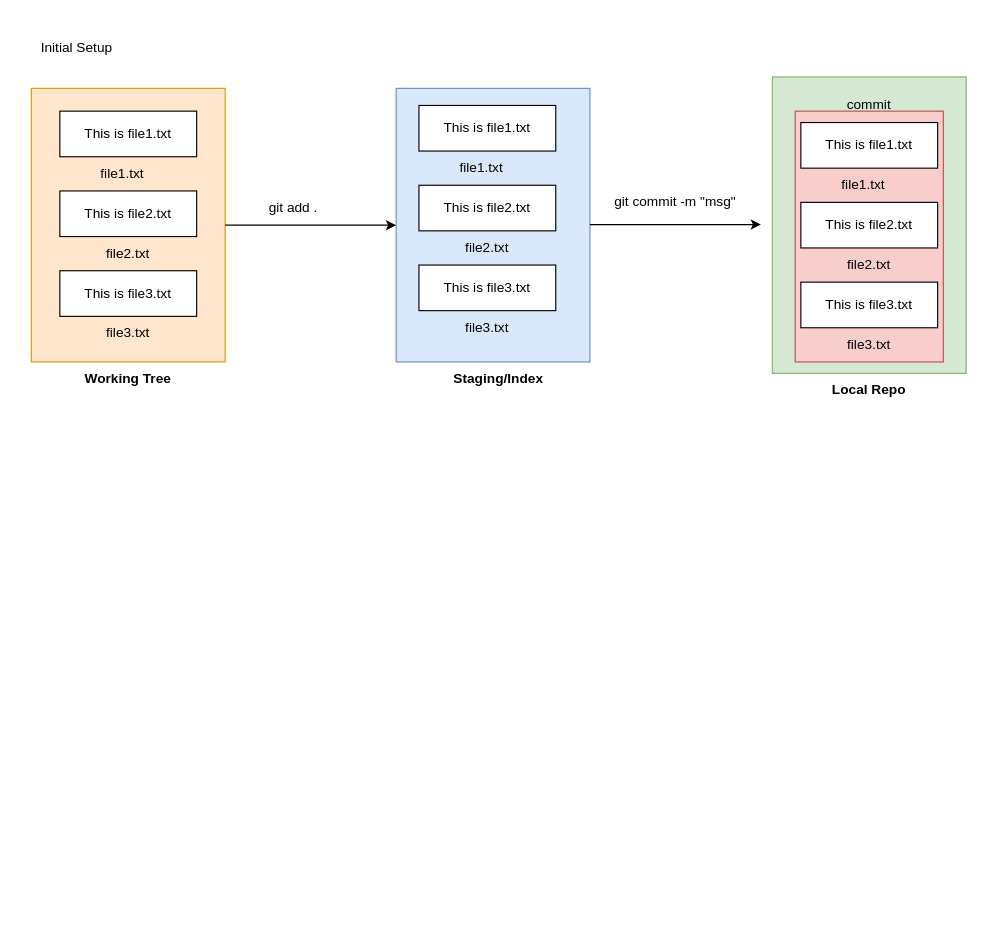
Above: Git checkout.drawio in yepurivamsikrishna/drawio-diagrams (draw.io), before the change. Source tidied: cells renumbered, new cells numbered last; positions are measured from the earlier drawing's top-left corner, leaving out a move shared by most shapes. Both pictures are drawn from the tidied source at 114%, with x=0, y=0 at pixel (19, 31).
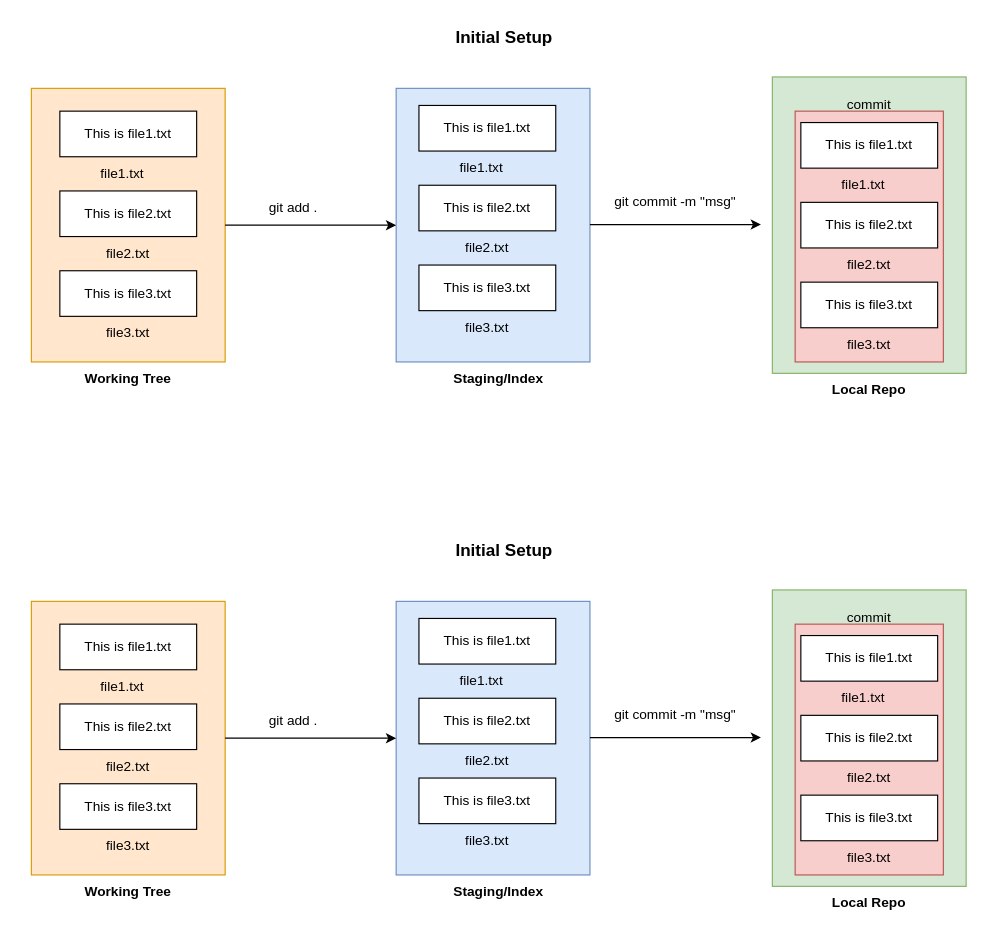
The same page after the edit.

Change to the diagram source:
```diff
@@
-    <mxCell id="32" value="Initial Setup" style="text;html=1;strokeColor=none;fillColor=none;align=center;verticalAlign=middle;whiteSpace=wrap;rounded=0;" parent="1" vertex="1">
-      <mxGeometry width="100" height="30" as="geometry" />
+    <mxCell id="32" value="&lt;b&gt;&lt;font style=&quot;font-size: 15px;&quot;&gt;Initial Setup&lt;/font&gt;&lt;/b&gt;" style="text;html=1;strokeColor=none;fillColor=none;align=center;verticalAlign=middle;whiteSpace=wrap;rounded=0;" parent="1" vertex="1">
+      <mxGeometry x="375" y="-10" width="100" height="30" as="geometry" />
     </mxCell>
+    <mxCell id="33" style="rounded=0;whiteSpace=wrap;html=1;fillColor=#d5e8d4;strokeColor=#82b366;" parent="1" vertex="1">
+      <mxGeometry x="660" y="490" width="170" height="260" as="geometry" />
+    </mxCell>
+    <mxCell id="34" style="rounded=0;whiteSpace=wrap;html=1;fillColor=#f8cecc;strokeColor=#b85450;" parent="1" vertex="1">
+      <mxGeometry x="680" y="520" width="130" height="220" as="geometry" />
+    </mxCell>
+    <mxCell id="35" style="rounded=0;whiteSpace=wrap;html=1;fillColor=#ffe6cc;strokeColor=#d79b00;" parent="1" vertex="1">
+      <mxGeometry x="10" y="500" width="170" height="240" as="geometry" />
+    </mxCell>
+    <mxCell id="36" style="rounded=0;whiteSpace=wrap;html=1;fillColor=#dae8fc;strokeColor=#6c8ebf;" parent="1" vertex="1">
+      <mxGeometry x="330" y="500" width="170" height="240" as="geometry" />
+    </mxCell>
+    <mxCell id="37" value="This is file1.txt" style="rounded=0;whiteSpace=wrap;html=1;" parent="1" vertex="1">
+      <mxGeometry x="35" y="520" width="120" height="40" as="geometry" />
+    </mxCell>
+    <mxCell id="38" value="This is file2.txt" style="rounded=0;whiteSpace=wrap;html=1;" parent="1" vertex="1">
+      <mxGeometry x="35" y="590" width="120" height="40" as="geometry" />
+    </mxCell>
+    <mxCell id="39" value="This is file3.txt" style="rounded=0;whiteSpace=wrap;html=1;" parent="1" vertex="1">
+      <mxGeometry x="35" y="660" width="120" height="40" as="geometry" />
+    </mxCell>
+    <mxCell id="40" value="file1.txt" style="text;html=1;strokeColor=none;fillColor=none;align=center;verticalAlign=middle;whiteSpace=wrap;rounded=0;" parent="1" vertex="1">
+      <mxGeometry x="60" y="560" width="60" height="30" as="geometry" />
+    </mxCell>
+    <mxCell id="41" value="file2.txt" style="text;html=1;strokeColor=none;fillColor=none;align=center;verticalAlign=middle;whiteSpace=wrap;rounded=0;" parent="1" vertex="1">
+      <mxGeometry x="65" y="630" width="60" height="30" as="geometry" />
+    </mxCell>
+    <mxCell id="42" value="file3.txt" style="text;html=1;strokeColor=none;fillColor=none;align=center;verticalAlign=middle;whiteSpace=wrap;rounded=0;" parent="1" vertex="1">
+      <mxGeometry x="65" y="700" width="60" height="30" as="geometry" />
+    </mxCell>
+    <mxCell id="43" style="endArrow=classic;html=1;rounded=0;entryX=0;entryY=0.5;entryDx=0;entryDy=0;" parent="1" edge="1" target="36">
+      <mxGeometry relative="1" as="geometry">
+        <mxPoint x="180" y="620" as="sourcePoint" />
+      </mxGeometry>
+    </mxCell>
+    <mxCell id="44" value="This is file1.txt" style="rounded=0;whiteSpace=wrap;html=1;" parent="1" vertex="1">
+      <mxGeometry x="685" y="530" width="120" height="40" as="geometry" />
+    </mxCell>
+    <mxCell id="45" value="This is file2.txt" style="rounded=0;whiteSpace=wrap;html=1;" parent="1" vertex="1">
+      <mxGeometry x="685" y="600" width="120" height="40" as="geometry" />
+    </mxCell>
+    <mxCell id="46" value="This is file3.txt" style="rounded=0;whiteSpace=wrap;html=1;" parent="1" vertex="1">
+      <mxGeometry x="685" y="670" width="120" height="40" as="geometry" />
+    </mxCell>
+    <mxCell id="47" value="file1.txt" style="text;html=1;strokeColor=none;fillColor=none;align=center;verticalAlign=middle;whiteSpace=wrap;rounded=0;" parent="1" vertex="1">
+      <mxGeometry x="710" y="570" width="60" height="30" as="geometry" />
+    </mxCell>
+    <mxCell id="48" value="file2.txt" style="text;html=1;strokeColor=none;fillColor=none;align=center;verticalAlign=middle;whiteSpace=wrap;rounded=0;" parent="1" vertex="1">
+      <mxGeometry x="715" y="640" width="60" height="30" as="geometry" />
+    </mxCell>
+    <mxCell id="49" value="file3.txt" style="text;html=1;strokeColor=none;fillColor=none;align=center;verticalAlign=middle;whiteSpace=wrap;rounded=0;" parent="1" vertex="1">
+      <mxGeometry x="715" y="710" width="60" height="30" as="geometry" />
+    </mxCell>
+    <mxCell id="50" value="commit" style="text;html=1;strokeColor=none;fillColor=none;align=center;verticalAlign=middle;whiteSpace=wrap;rounded=0;" parent="1" vertex="1">
+      <mxGeometry x="715" y="500" width="60" height="30" as="geometry" />
+    </mxCell>
+    <mxCell id="51" value="This is file1.txt" style="rounded=0;whiteSpace=wrap;html=1;" parent="1" vertex="1">
+      <mxGeometry x="350" y="515" width="120" height="40" as="geometry" />
+    </mxCell>
+    <mxCell id="52" value="This is file2.txt" style="rounded=0;whiteSpace=wrap;html=1;" parent="1" vertex="1">
+      <mxGeometry x="350" y="585" width="120" height="40" as="geometry" />
+    </mxCell>
+    <mxCell id="53" value="This is file3.txt" style="rounded=0;whiteSpace=wrap;html=1;" parent="1" vertex="1">
+      <mxGeometry x="350" y="655" width="120" height="40" as="geometry" />
+    </mxCell>
+    <mxCell id="54" value="file1.txt" style="text;html=1;strokeColor=none;fillColor=none;align=center;verticalAlign=middle;whiteSpace=wrap;rounded=0;" parent="1" vertex="1">
+      <mxGeometry x="375" y="555" width="60" height="30" as="geometry" />
+    </mxCell>
+    <mxCell id="55" value="file2.txt" style="text;html=1;strokeColor=none;fillColor=none;align=center;verticalAlign=middle;whiteSpace=wrap;rounded=0;" parent="1" vertex="1">
+      <mxGeometry x="380" y="625" width="60" height="30" as="geometry" />
+    </mxCell>
+    <mxCell id="56" value="file3.txt" style="text;html=1;strokeColor=none;fillColor=none;align=center;verticalAlign=middle;whiteSpace=wrap;rounded=0;" parent="1" vertex="1">
+      <mxGeometry x="380" y="695" width="60" height="30" as="geometry" />
+    </mxCell>
+    <mxCell id="57" style="endArrow=classic;html=1;rounded=0;entryX=0;entryY=0.5;entryDx=0;entryDy=0;" parent="1" edge="1">
+      <mxGeometry relative="1" as="geometry">
+        <mxPoint x="500" y="619.5" as="sourcePoint" />
+        <mxPoint x="650" y="619.5" as="targetPoint" />
+      </mxGeometry>
+    </mxCell>
+    <mxCell id="58" value="git add ." style="text;html=1;strokeColor=none;fillColor=none;align=center;verticalAlign=middle;whiteSpace=wrap;rounded=0;" parent="1" vertex="1">
+      <mxGeometry x="210" y="590" width="60" height="30" as="geometry" />
+    </mxCell>
+    <mxCell id="59" value="git commit -m &quot;msg&quot;" style="text;html=1;strokeColor=none;fillColor=none;align=center;verticalAlign=middle;whiteSpace=wrap;rounded=0;" parent="1" vertex="1">
+      <mxGeometry x="520" y="585" width="110" height="30" as="geometry" />
+    </mxCell>
+    <mxCell id="60" value="&lt;b&gt;Working Tree&lt;/b&gt;" style="text;html=1;strokeColor=none;fillColor=none;align=center;verticalAlign=middle;whiteSpace=wrap;rounded=0;" parent="1" vertex="1">
+      <mxGeometry x="45" y="740" width="100" height="30" as="geometry" />
+    </mxCell>
+    <mxCell id="61" value="&lt;b&gt;Staging/Index&lt;/b&gt;" style="text;html=1;strokeColor=none;fillColor=none;align=center;verticalAlign=middle;whiteSpace=wrap;rounded=0;" parent="1" vertex="1">
+      <mxGeometry x="370" y="740" width="100" height="30" as="geometry" />
+    </mxCell>
+    <mxCell id="62" value="&lt;b&gt;Local Repo&lt;/b&gt;" style="text;html=1;strokeColor=none;fillColor=none;align=center;verticalAlign=middle;whiteSpace=wrap;rounded=0;" parent="1" vertex="1">
+      <mxGeometry x="695" y="750" width="100" height="30" as="geometry" />
+    </mxCell>
+    <mxCell id="63" value="&lt;b&gt;&lt;font style=&quot;font-size: 15px;&quot;&gt;Initial Setup&lt;/font&gt;&lt;/b&gt;" style="text;html=1;strokeColor=none;fillColor=none;align=center;verticalAlign=middle;whiteSpace=wrap;rounded=0;" parent="1" vertex="1">
+      <mxGeometry x="375" y="440" width="100" height="30" as="geometry" />
+    </mxCell>
```
